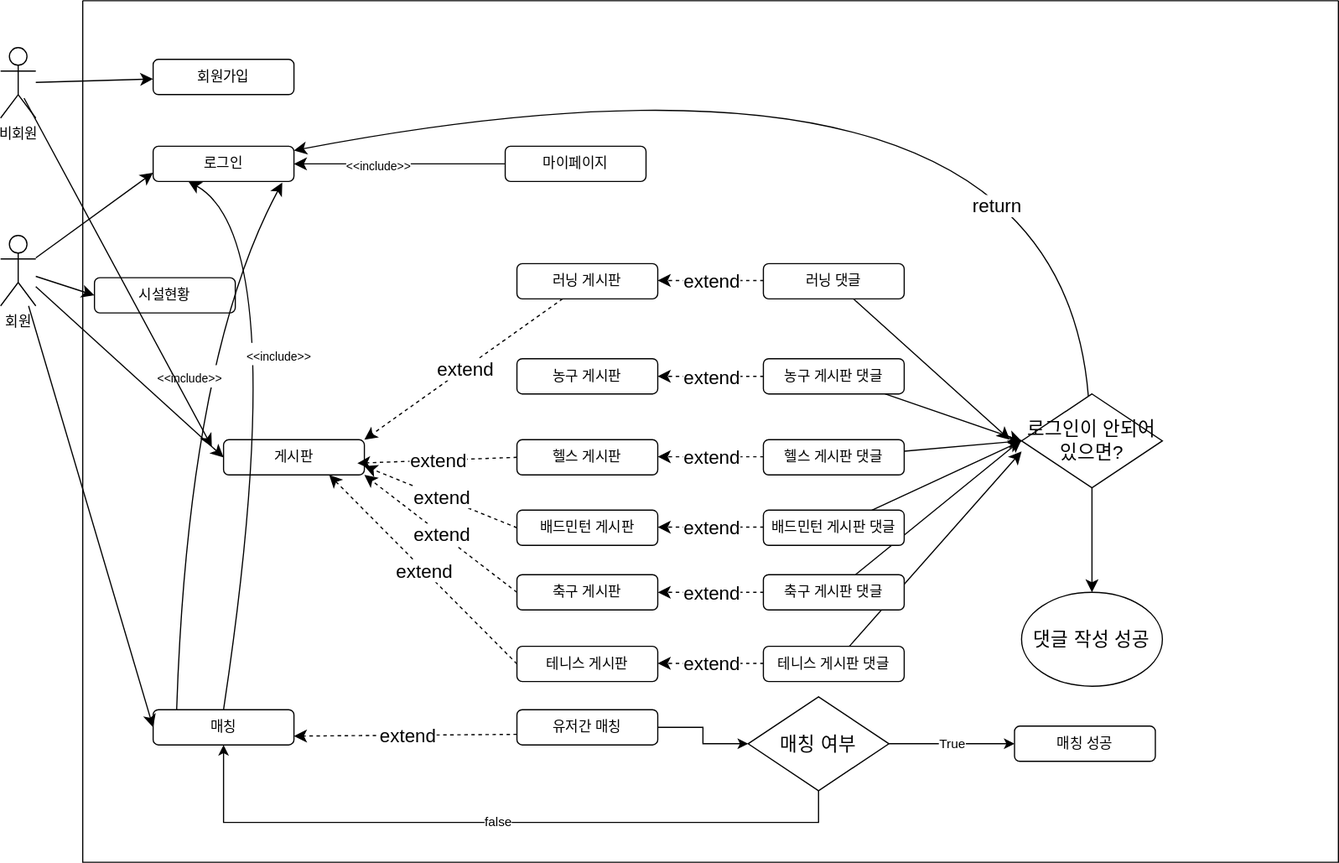
Earlier version of the draw.io export document/1차_수정본_UseCase.drawio.svg (Kimminwoo02/Team_Project). Source tidied: cells renumbered, new cells last; positions are measured from the earlier drawing's top-left corner, leaving out a move shared by most shapes.
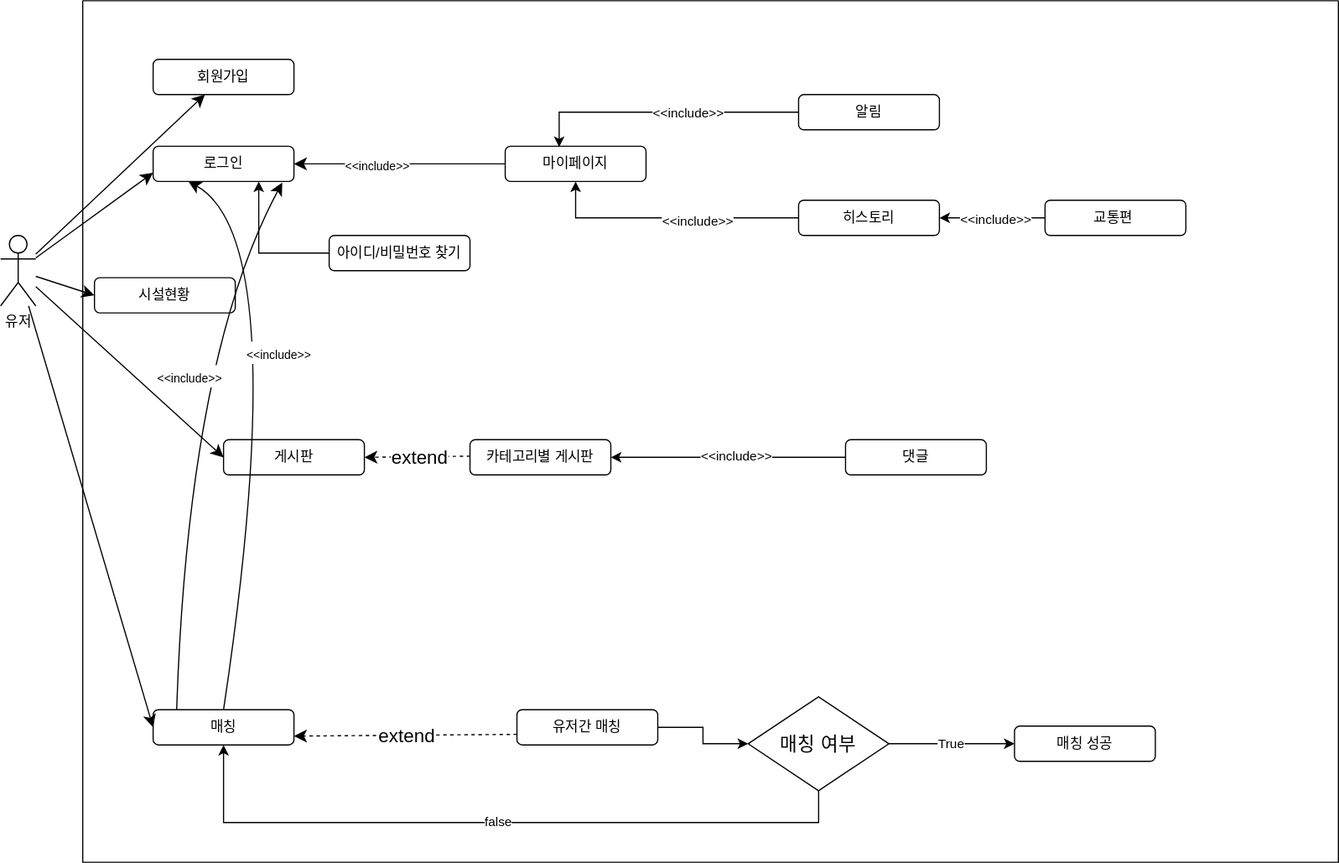
The same file after the commit.

Commit message:
1차_수정본_UseCase.drawio.svg 업데이트

Diff of the diagram source:
```diff
@@ -17,72 +17,6 @@
     <mxCell id="6" value="매칭" style="rounded=1;whiteSpace=wrap;html=1;" parent="2" vertex="1">
       <mxGeometry x="60" y="604" width="120" height="30" as="geometry" />
     </mxCell>
-    <mxCell id="7" value="농구 게시판" style="rounded=1;whiteSpace=wrap;html=1;" parent="2" vertex="1">
-      <mxGeometry x="370" y="305" width="120" height="30" as="geometry" />
-    </mxCell>
-    <mxCell id="8" value="축구 게시판" style="rounded=1;whiteSpace=wrap;html=1;" parent="2" vertex="1">
-      <mxGeometry x="370" y="489" width="120" height="30" as="geometry" />
-    </mxCell>
-    <mxCell id="9" value="테니스 게시판" style="rounded=1;whiteSpace=wrap;html=1;" parent="2" vertex="1">
-      <mxGeometry x="370" y="550" width="120" height="30" as="geometry" />
-    </mxCell>
-    <mxCell id="10" style="edgeStyle=none;curved=1;rounded=0;jettySize=auto;html=1;fontSize=12;startSize=8;endSize=8;" parent="2" edge="1" source="11">
-      <mxGeometry relative="1" as="geometry">
-        <mxPoint x="800" y="384" as="targetPoint" />
-      </mxGeometry>
-    </mxCell>
-    <mxCell id="11" value="테니스 게시판 댓글" style="rounded=1;whiteSpace=wrap;html=1;" parent="2" vertex="1">
-      <mxGeometry x="580" y="550" width="120" height="30" as="geometry" />
-    </mxCell>
-    <mxCell id="12" style="edgeStyle=none;curved=1;rounded=0;jettySize=auto;html=1;fontSize=12;startSize=8;endSize=8;" parent="2" edge="1" source="13">
-      <mxGeometry relative="1" as="geometry">
-        <mxPoint x="800" y="374" as="targetPoint" />
-      </mxGeometry>
-    </mxCell>
-    <mxCell id="13" value="축구 게시판 댓글" style="rounded=1;whiteSpace=wrap;html=1;" parent="2" vertex="1">
-      <mxGeometry x="580" y="489" width="120" height="30" as="geometry" />
-    </mxCell>
-    <mxCell id="14" style="edgeStyle=none;curved=1;rounded=0;jettySize=auto;html=1;entryX=0;entryY=0.5;entryDx=0;entryDy=0;fontSize=12;startSize=8;endSize=8;" parent="2" edge="1" source="15" target="46">
-      <mxGeometry relative="1" as="geometry" />
-    </mxCell>
-    <mxCell id="15" value="배드민턴 게시판 댓글" style="rounded=1;whiteSpace=wrap;html=1;" parent="2" vertex="1">
-      <mxGeometry x="580" y="434" width="120" height="30" as="geometry" />
-    </mxCell>
-    <mxCell id="16" value="헬스 게시판" style="rounded=1;whiteSpace=wrap;html=1;" parent="2" vertex="1">
-      <mxGeometry x="370" y="374" width="120" height="30" as="geometry" />
-    </mxCell>
-    <mxCell id="17" style="edgeStyle=none;curved=1;rounded=0;jettySize=auto;html=1;entryX=1;entryY=0;entryDx=0;entryDy=0;fontSize=12;startSize=8;endSize=8;dashed=1;" parent="2" edge="1" source="19" target="5">
-      <mxGeometry relative="1" as="geometry" />
-    </mxCell>
-    <mxCell id="18" value="extend" style="edgeLabel;html=1;align=center;verticalAlign=middle;fontSize=16;" parent="17" vertex="1">
-      <mxGeometry x="-0.01" relative="1" as="geometry" />
-    </mxCell>
-    <mxCell id="19" value="러닝 게시판" style="rounded=1;whiteSpace=wrap;html=1;" parent="2" vertex="1">
-      <mxGeometry x="370" y="224" width="120" height="30" as="geometry" />
-    </mxCell>
-    <mxCell id="20" value="배드민턴 게시판" style="rounded=1;whiteSpace=wrap;html=1;" parent="2" vertex="1">
-      <mxGeometry x="370" y="434" width="120" height="30" as="geometry" />
-    </mxCell>
-    <mxCell id="21" style="edgeStyle=none;curved=1;rounded=0;jettySize=auto;html=1;entryX=0;entryY=0.5;entryDx=0;entryDy=0;fontSize=12;startSize=8;endSize=8;" parent="2" edge="1" source="22" target="46">
-      <mxGeometry relative="1" as="geometry" />
-    </mxCell>
-    <mxCell id="22" value="헬스 게시판 댓글" style="rounded=1;whiteSpace=wrap;html=1;" parent="2" vertex="1">
-      <mxGeometry x="580" y="374" width="120" height="30" as="geometry" />
-    </mxCell>
-    <mxCell id="23" style="edgeStyle=none;curved=1;rounded=0;jettySize=auto;html=1;entryX=0;entryY=0.5;entryDx=0;entryDy=0;fontSize=12;startSize=8;endSize=8;" parent="2" edge="1" source="24" target="46">
-      <mxGeometry relative="1" as="geometry" />
-    </mxCell>
-    <mxCell id="24" value="농구 게시판 댓글" style="rounded=1;whiteSpace=wrap;html=1;" parent="2" vertex="1">
-      <mxGeometry x="580" y="305" width="120" height="30" as="geometry" />
-    </mxCell>
-    <mxCell id="25" style="edgeStyle=none;curved=1;rounded=0;jettySize=auto;html=1;fontSize=12;startSize=8;endSize=8;" parent="2" edge="1" source="26">
-      <mxGeometry relative="1" as="geometry">
-        <mxPoint x="790" y="374" as="targetPoint" />
-      </mxGeometry>
-    </mxCell>
-    <mxCell id="26" value="러닝 댓글" style="rounded=1;whiteSpace=wrap;html=1;" parent="2" vertex="1">
-      <mxGeometry x="580" y="224" width="120" height="30" as="geometry" />
-    </mxCell>
     <mxCell id="27" value="로그인" style="rounded=1;whiteSpace=wrap;html=1;" parent="2" vertex="1">
       <mxGeometry x="60" y="124" width="120" height="30" as="geometry" />
     </mxCell>
@@ -101,30 +35,6 @@
     <mxCell id="32" value="유저간 매칭" style="rounded=1;whiteSpace=wrap;html=1;" parent="2" vertex="1">
       <mxGeometry x="370" y="604" width="120" height="30" as="geometry" />
     </mxCell>
-    <mxCell id="33" style="edgeStyle=none;curved=1;rounded=0;jettySize=auto;html=1;entryX=0.95;entryY=0.667;entryDx=0;entryDy=0;fontSize=12;startSize=8;endSize=8;dashed=1;entryPerimeter=0;exitX=0;exitY=0.5;exitDx=0;exitDy=0;" parent="2" edge="1" source="16" target="5">
-      <mxGeometry relative="1" as="geometry" />
-    </mxCell>
-    <mxCell id="34" value="extend" style="edgeLabel;html=1;align=center;verticalAlign=middle;fontSize=16;" parent="33" vertex="1">
-      <mxGeometry x="-0.01" relative="1" as="geometry" />
-    </mxCell>
-    <mxCell id="35" style="edgeStyle=none;curved=1;rounded=0;jettySize=auto;html=1;entryX=1;entryY=0.75;entryDx=0;entryDy=0;fontSize=12;startSize=8;endSize=8;dashed=1;exitX=0;exitY=0.5;exitDx=0;exitDy=0;" parent="2" edge="1" source="20" target="5">
-      <mxGeometry relative="1" as="geometry" />
-    </mxCell>
-    <mxCell id="36" value="extend" style="edgeLabel;html=1;align=center;verticalAlign=middle;fontSize=16;" parent="35" vertex="1">
-      <mxGeometry x="-0.01" relative="1" as="geometry" />
-    </mxCell>
-    <mxCell id="37" style="edgeStyle=none;curved=1;rounded=0;jettySize=auto;html=1;entryX=1;entryY=1;entryDx=0;entryDy=0;fontSize=12;startSize=8;endSize=8;dashed=1;exitX=0;exitY=0.5;exitDx=0;exitDy=0;" parent="2" edge="1" source="8" target="5">
-      <mxGeometry relative="1" as="geometry" />
-    </mxCell>
-    <mxCell id="38" value="extend" style="edgeLabel;html=1;align=center;verticalAlign=middle;fontSize=16;" parent="37" vertex="1">
-      <mxGeometry x="-0.01" relative="1" as="geometry" />
-    </mxCell>
-    <mxCell id="39" style="edgeStyle=none;curved=1;rounded=0;jettySize=auto;html=1;fontSize=12;startSize=8;endSize=8;dashed=1;entryX=0.75;entryY=1;entryDx=0;entryDy=0;exitX=0;exitY=0.5;exitDx=0;exitDy=0;" parent="2" edge="1" source="9" target="5">
-      <mxGeometry relative="1" as="geometry" />
-    </mxCell>
-    <mxCell id="40" value="extend" style="edgeLabel;html=1;align=center;verticalAlign=middle;fontSize=16;" parent="39" vertex="1">
-      <mxGeometry x="-0.01" relative="1" as="geometry" />
-    </mxCell>
     <mxCell id="41" style="edgeStyle=none;curved=1;rounded=0;jettySize=auto;html=1;entryX=0.917;entryY=1.03;entryDx=0;entryDy=0;fontSize=12;startSize=8;endSize=8;exitX=0.167;exitY=0;exitDx=0;exitDy=0;entryPerimeter=0;exitPerimeter=0;" parent="2" edge="1" source="6" target="27">
       <mxGeometry relative="1" as="geometry">
         <Array as="points">
@@ -135,67 +45,6 @@
     <mxCell id="42" value="&lt;font style=&quot;font-size: 10px;&quot;&gt;&amp;lt;&amp;lt;include&amp;gt;&amp;gt;&lt;/font&gt;" style="edgeLabel;html=1;align=center;verticalAlign=middle;fontSize=16;" parent="41" vertex="1">
       <mxGeometry x="0.21" y="-1" relative="1" as="geometry" />
     </mxCell>
-    <mxCell id="43" style="edgeStyle=none;curved=1;rounded=0;jettySize=auto;html=1;fontSize=12;startSize=8;endSize=8;" parent="2" edge="1" source="46" target="27">
-      <mxGeometry relative="1" as="geometry">
-        <Array as="points">
-          <mxPoint x="830" y="4" />
-        </Array>
-      </mxGeometry>
-    </mxCell>
-    <mxCell id="44" value="return" style="edgeLabel;html=1;align=center;verticalAlign=middle;fontSize=16;" parent="43" vertex="1">
-      <mxGeometry x="-0.66" y="65" relative="1" as="geometry" />
-    </mxCell>
-    <mxCell id="45" style="edgeStyle=none;curved=1;rounded=0;jettySize=auto;html=1;entryX=0.5;entryY=0;entryDx=0;entryDy=0;fontSize=12;startSize=8;endSize=8;" parent="2" edge="1" source="46" target="47">
-      <mxGeometry relative="1" as="geometry" />
-    </mxCell>
-    <mxCell id="46" value="로그인이 안되어 있으면?" style="rhombus;whiteSpace=wrap;html=1;fontSize=16;" parent="2" vertex="1">
-      <mxGeometry x="800" y="335" width="120" height="80" as="geometry" />
-    </mxCell>
-    <mxCell id="47" value="댓글 작성 성공" style="ellipse;whiteSpace=wrap;html=1;fontSize=16;" parent="2" vertex="1">
-      <mxGeometry x="800" y="504" width="120" height="80" as="geometry" />
-    </mxCell>
-    <mxCell id="48" style="edgeStyle=none;curved=1;rounded=0;jettySize=auto;html=1;entryX=1;entryY=0.5;entryDx=0;entryDy=0;fontSize=12;startSize=8;endSize=8;dashed=1;exitX=0;exitY=0.5;exitDx=0;exitDy=0;" parent="2" edge="1" source="24" target="7">
-      <mxGeometry relative="1" as="geometry" />
-    </mxCell>
-    <mxCell id="49" value="extend" style="edgeLabel;html=1;align=center;verticalAlign=middle;fontSize=16;" parent="48" vertex="1">
-      <mxGeometry x="-0.01" relative="1" as="geometry" />
-    </mxCell>
-    <mxCell id="50" style="edgeStyle=none;curved=1;rounded=0;orthogonalLoop=1;jettySize=auto;html=1;entryX=1;entryY=0.5;entryDx=0;entryDy=0;fontSize=12;startSize=8;endSize=8;dashed=1;exitX=0;exitY=0.5;exitDx=0;exitDy=0;" parent="2" edge="1">
-      <mxGeometry relative="1" as="geometry">
-        <mxPoint x="580" y="388.5" as="sourcePoint" />
-        <mxPoint x="490" y="388.5" as="targetPoint" />
-      </mxGeometry>
-    </mxCell>
-    <mxCell id="51" value="extend" style="edgeLabel;html=1;align=center;verticalAlign=middle;fontSize=16;" parent="50" vertex="1">
-      <mxGeometry x="-0.01" relative="1" as="geometry" />
-    </mxCell>
-    <mxCell id="52" style="edgeStyle=none;curved=1;rounded=0;orthogonalLoop=1;jettySize=auto;html=1;entryX=1;entryY=0.5;entryDx=0;entryDy=0;fontSize=12;startSize=8;endSize=8;dashed=1;exitX=0;exitY=0.5;exitDx=0;exitDy=0;" parent="2" edge="1">
-      <mxGeometry relative="1" as="geometry">
-        <mxPoint x="580" y="448.5" as="sourcePoint" />
-        <mxPoint x="490" y="448.5" as="targetPoint" />
-      </mxGeometry>
-    </mxCell>
-    <mxCell id="53" value="extend" style="edgeLabel;html=1;align=center;verticalAlign=middle;fontSize=16;" parent="52" vertex="1">
-      <mxGeometry x="-0.01" relative="1" as="geometry" />
-    </mxCell>
-    <mxCell id="54" style="edgeStyle=none;curved=1;rounded=0;orthogonalLoop=1;jettySize=auto;html=1;entryX=1;entryY=0.5;entryDx=0;entryDy=0;fontSize=12;startSize=8;endSize=8;dashed=1;exitX=0;exitY=0.5;exitDx=0;exitDy=0;" parent="2" edge="1">
-      <mxGeometry relative="1" as="geometry">
-        <mxPoint x="580" y="504" as="sourcePoint" />
-        <mxPoint x="490" y="504" as="targetPoint" />
-      </mxGeometry>
-    </mxCell>
-    <mxCell id="55" value="extend" style="edgeLabel;html=1;align=center;verticalAlign=middle;fontSize=16;" parent="54" vertex="1">
-      <mxGeometry x="-0.01" relative="1" as="geometry" />
-    </mxCell>
-    <mxCell id="56" style="edgeStyle=none;curved=1;rounded=0;orthogonalLoop=1;jettySize=auto;html=1;entryX=1;entryY=0.5;entryDx=0;entryDy=0;fontSize=12;startSize=8;endSize=8;dashed=1;exitX=0;exitY=0.5;exitDx=0;exitDy=0;" parent="2" edge="1">
-      <mxGeometry relative="1" as="geometry">
-        <mxPoint x="580" y="564.5" as="sourcePoint" />
-        <mxPoint x="490" y="564.5" as="targetPoint" />
-      </mxGeometry>
-    </mxCell>
-    <mxCell id="57" value="extend" style="edgeLabel;html=1;align=center;verticalAlign=middle;fontSize=16;" parent="56" vertex="1">
-      <mxGeometry x="-0.01" relative="1" as="geometry" />
-    </mxCell>
     <mxCell id="58" style="edgeStyle=none;curved=1;rounded=0;jettySize=auto;html=1;entryX=0.25;entryY=1;entryDx=0;entryDy=0;fontSize=12;startSize=8;endSize=8;exitX=0.5;exitY=0;exitDx=0;exitDy=0;" parent="2" edge="1" source="6" target="27">
       <mxGeometry relative="1" as="geometry">
         <Array as="points">
@@ -214,15 +63,6 @@
     <mxCell id="61" value="extend" style="edgeLabel;html=1;align=center;verticalAlign=middle;fontSize=16;" parent="60" vertex="1">
       <mxGeometry x="-0.01" relative="1" as="geometry" />
     </mxCell>
-    <mxCell id="62" style="edgeStyle=none;curved=1;rounded=0;orthogonalLoop=1;jettySize=auto;html=1;entryX=1;entryY=0.5;entryDx=0;entryDy=0;fontSize=12;startSize=8;endSize=8;dashed=1;exitX=0;exitY=0.5;exitDx=0;exitDy=0;" parent="2" edge="1">
-      <mxGeometry relative="1" as="geometry">
-        <mxPoint x="580" y="238.4" as="sourcePoint" />
-        <mxPoint x="490" y="238.4" as="targetPoint" />
-      </mxGeometry>
-    </mxCell>
-    <mxCell id="63" value="extend" style="edgeLabel;html=1;align=center;verticalAlign=middle;fontSize=16;" parent="62" vertex="1">
-      <mxGeometry x="-0.01" relative="1" as="geometry" />
-    </mxCell>
     <mxCell id="64" value="false" style="edgeStyle=orthogonalEdgeStyle;rounded=0;jettySize=auto;html=1;entryX=0.5;entryY=1;entryDx=0;entryDy=0;" parent="2" edge="1" source="66" target="6">
       <mxGeometry relative="1" as="geometry">
         <Array as="points">
@@ -240,6 +80,63 @@
     <mxCell id="67" value="매칭 성공" style="rounded=1;whiteSpace=wrap;html=1;" parent="2" vertex="1">
       <mxGeometry x="794" y="618" width="120" height="30" as="geometry" />
     </mxCell>
+    <mxCell id="76" value="카테고리별 게시판" style="rounded=1;whiteSpace=wrap;html=1;" parent="2" vertex="1">
+      <mxGeometry x="330" y="374" width="120" height="30" as="geometry" />
+    </mxCell>
+    <mxCell id="77" style="edgeStyle=none;curved=1;rounded=0;jettySize=auto;html=1;fontSize=12;startSize=8;endSize=8;dashed=1;entryX=1;entryY=0.5;entryDx=0;entryDy=0;exitX=0;exitY=0.5;exitDx=0;exitDy=0;" parent="2" edge="1" target="5">
+      <mxGeometry relative="1" as="geometry">
+        <mxPoint x="330" y="388" as="sourcePoint" />
+      </mxGeometry>
+    </mxCell>
+    <mxCell id="78" value="extend" style="edgeLabel;html=1;align=center;verticalAlign=middle;fontSize=16;" parent="77" vertex="1">
+      <mxGeometry x="-0.01" relative="1" as="geometry" />
+    </mxCell>
+    <mxCell id="79" style="edgeStyle=orthogonalEdgeStyle;rounded=0;jettySize=auto;html=1;entryX=1;entryY=0.5;entryDx=0;entryDy=0;" parent="2" edge="1" source="81" target="76">
+      <mxGeometry relative="1" as="geometry" />
+    </mxCell>
+    <mxCell id="80" value="&amp;lt;&amp;lt;include&amp;gt;&amp;gt;" style="edgeLabel;html=1;align=center;verticalAlign=middle;" parent="79" vertex="1">
+      <mxGeometry x="-0.07" y="-2" relative="1" as="geometry" />
+    </mxCell>
+    <mxCell id="81" value="댓글" style="rounded=1;whiteSpace=wrap;html=1;" parent="2" vertex="1">
+      <mxGeometry x="650" y="374" width="120" height="30" as="geometry" />
+    </mxCell>
+    <mxCell id="82" style="edgeStyle=orthogonalEdgeStyle;rounded=0;jettySize=auto;html=1;entryX=0.75;entryY=1;entryDx=0;entryDy=0;" parent="2" edge="1" source="83" target="27">
+      <mxGeometry relative="1" as="geometry" />
+    </mxCell>
+    <mxCell id="83" value="아이디/비밀번호 찾기" style="rounded=1;whiteSpace=wrap;html=1;" parent="2" vertex="1">
+      <mxGeometry x="210" y="200" width="120" height="30" as="geometry" />
+    </mxCell>
+    <mxCell id="84" style="edgeStyle=orthogonalEdgeStyle;rounded=0;jettySize=auto;html=1;entryX=0.383;entryY=0.022;entryDx=0;entryDy=0;entryPerimeter=0;" parent="2" edge="1" source="86" target="30">
+      <mxGeometry relative="1" as="geometry" />
+    </mxCell>
+    <mxCell id="85" value="&amp;lt;&amp;lt;include&amp;gt;&amp;gt;" style="edgeLabel;html=1;align=center;verticalAlign=middle;" parent="84" vertex="1">
+      <mxGeometry x="-0.19" relative="1" as="geometry" />
+    </mxCell>
+    <mxCell id="86" value="알림" style="rounded=1;whiteSpace=wrap;html=1;" parent="2" vertex="1">
+      <mxGeometry x="610" y="80" width="120" height="30" as="geometry" />
+    </mxCell>
+    <mxCell id="87" style="edgeStyle=orthogonalEdgeStyle;rounded=0;jettySize=auto;html=1;entryX=0.5;entryY=1;entryDx=0;entryDy=0;" parent="2" edge="1" source="89" target="30">
+      <mxGeometry relative="1" as="geometry" />
+    </mxCell>
+    <mxCell id="88" value="&amp;lt;&amp;lt;include&amp;gt;&amp;gt;" style="edgeLabel;html=1;align=center;verticalAlign=middle;" parent="87" vertex="1">
+      <mxGeometry x="-0.2" y="2" relative="1" as="geometry">
+        <mxPoint x="1" as="offset" />
+      </mxGeometry>
+    </mxCell>
+    <mxCell id="89" value="히스토리" style="rounded=1;whiteSpace=wrap;html=1;" parent="2" vertex="1">
+      <mxGeometry x="610" y="170" width="120" height="30" as="geometry" />
+    </mxCell>
+    <mxCell id="90" style="edgeStyle=orthogonalEdgeStyle;rounded=0;jettySize=auto;html=1;entryX=1;entryY=0.5;entryDx=0;entryDy=0;" parent="2" edge="1" source="92" target="89">
+      <mxGeometry relative="1" as="geometry" />
+    </mxCell>
+    <mxCell id="91" value="&amp;lt;&amp;lt;include&amp;gt;&amp;gt;" style="edgeLabel;html=1;align=center;verticalAlign=middle;" parent="90" vertex="1">
+      <mxGeometry x="-0.04" y="1" relative="1" as="geometry">
+        <mxPoint x="1" as="offset" />
+      </mxGeometry>
+    </mxCell>
+    <mxCell id="92" value="교통편&amp;nbsp;" style="rounded=1;whiteSpace=wrap;html=1;" parent="2" vertex="1">
+      <mxGeometry x="820" y="170" width="120" height="30" as="geometry" />
+    </mxCell>
     <mxCell id="68" style="edgeStyle=none;curved=1;rounded=0;jettySize=auto;html=1;entryX=0;entryY=0.75;entryDx=0;entryDy=0;fontSize=12;startSize=8;endSize=8;" parent="1" edge="1" source="72" target="27">
       <mxGeometry relative="1" as="geometry" />
     </mxCell>
@@ -252,20 +149,11 @@
     <mxCell id="71" style="edgeStyle=none;curved=1;rounded=0;jettySize=auto;html=1;entryX=0;entryY=0.5;entryDx=0;entryDy=0;fontSize=12;startSize=8;endSize=8;" parent="1" edge="1" source="72" target="6">
       <mxGeometry relative="1" as="geometry" />
     </mxCell>
-    <mxCell id="72" value="회원&lt;br&gt;" style="shape=umlActor;verticalLabelPosition=bottom;verticalAlign=top;html=1;outlineConnect=0;" parent="1" vertex="1">
+    <mxCell id="72" value="유저" style="shape=umlActor;verticalLabelPosition=bottom;verticalAlign=top;html=1;outlineConnect=0;" parent="1" vertex="1">
       <mxGeometry y="200" width="30" height="60" as="geometry" />
     </mxCell>
-    <mxCell id="73" style="edgeStyle=none;curved=1;rounded=0;jettySize=auto;html=1;fontSize=12;startSize=8;endSize=8;" parent="1" edge="1" source="74" target="4">
-      <mxGeometry relative="1" as="geometry" />
-    </mxCell>
-    <mxCell id="74" value="비회원&lt;br&gt;" style="shape=umlActor;verticalLabelPosition=bottom;verticalAlign=top;html=1;outlineConnect=0;" parent="1" vertex="1">
-      <mxGeometry y="40" width="30" height="60" as="geometry" />
-    </mxCell>
-    <mxCell id="75" style="edgeStyle=none;curved=1;rounded=0;orthogonalLoop=1;jettySize=auto;html=1;fontSize=12;startSize=8;endSize=8;" parent="1" edge="1">
-      <mxGeometry relative="1" as="geometry">
-        <mxPoint x="20" y="83" as="sourcePoint" />
-        <mxPoint x="180" y="380" as="targetPoint" />
-      </mxGeometry>
-    </mxCell>
+    <mxCell id="93" style="edgeStyle=none;curved=1;rounded=0;jettySize=auto;html=1;fontSize=12;startSize=8;endSize=8;" parent="1" edge="1" source="72" target="4">
+      <mxGeometry relative="1" as="geometry" />
+    </mxCell>
   </root>
 </mxGraphModel>
```
